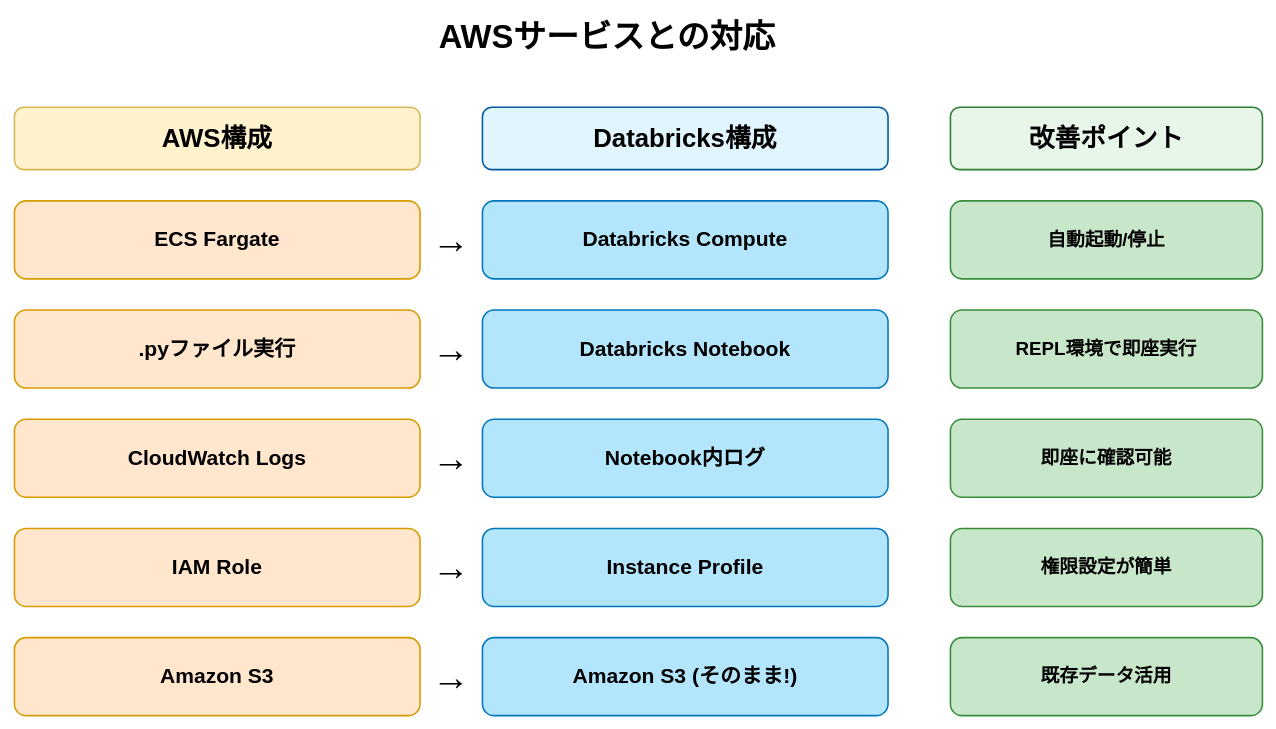
Above: assets/2025-11-07-tamesare-data-sapporo/aws-databricks-mapping.drawio in i9wa4/i9wa4.github.io (draw.io), before the change. Source tidied: cells renumbered, new cells numbered last; positions are measured from the earlier drawing's top-left corner, leaving out a move shared by most shapes. Both pictures are drawn from the tidied source at 78%, with x=0, y=0 at pixel (14, 13).
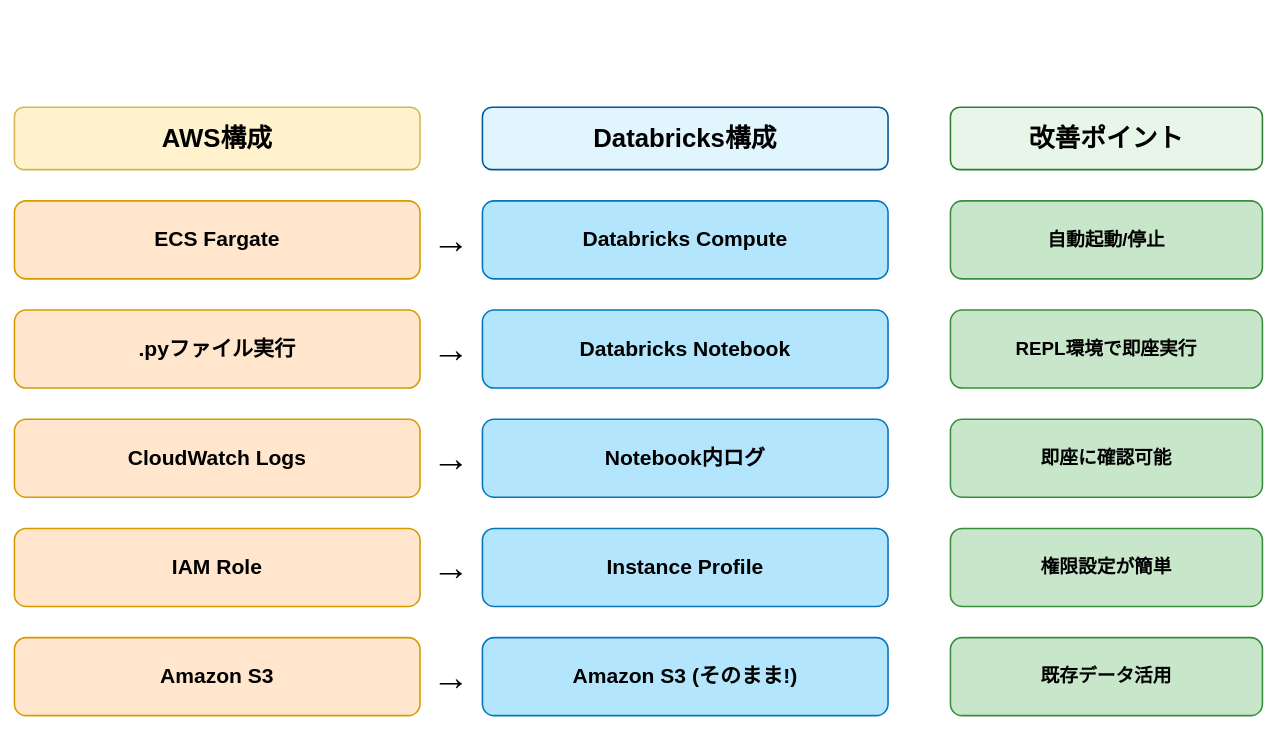
After the change.

Diff of the diagram source:
```diff
@@
-    <mxCell id="2" value="AWSサービスとの対応" style="text;html=1;strokeColor=none;fillColor=none;align=center;verticalAlign=middle;whiteSpace=wrap;rounded=0;fontSize=42;fontStyle=1;" parent="1" vertex="1">
-      <mxGeometry x="460" width="600" height="60" as="geometry" />
-    </mxCell>
```
